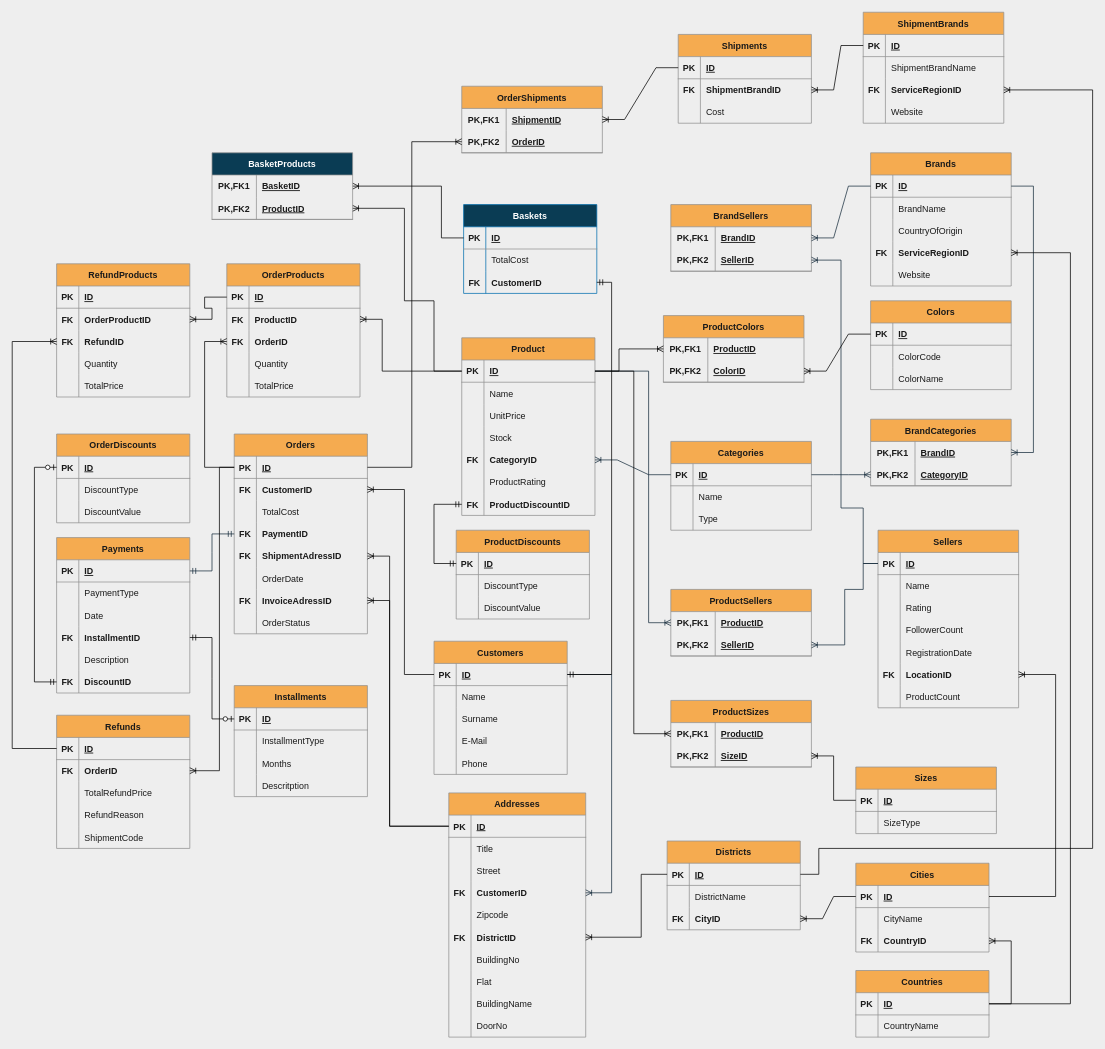
Above: page "Page-1" (1 of 2) of Pair4_ERdiagram.drawio in GGBebe/SQL (draw.io), before the change. Source tidied: cells renumbered, new cells numbered last; positions are measured from the earlier drawing's top-left corner, leaving out a move shared by most shapes. Both pictures are drawn from the tidied source at 74%, with x=0, y=0 at pixel (12, 12).
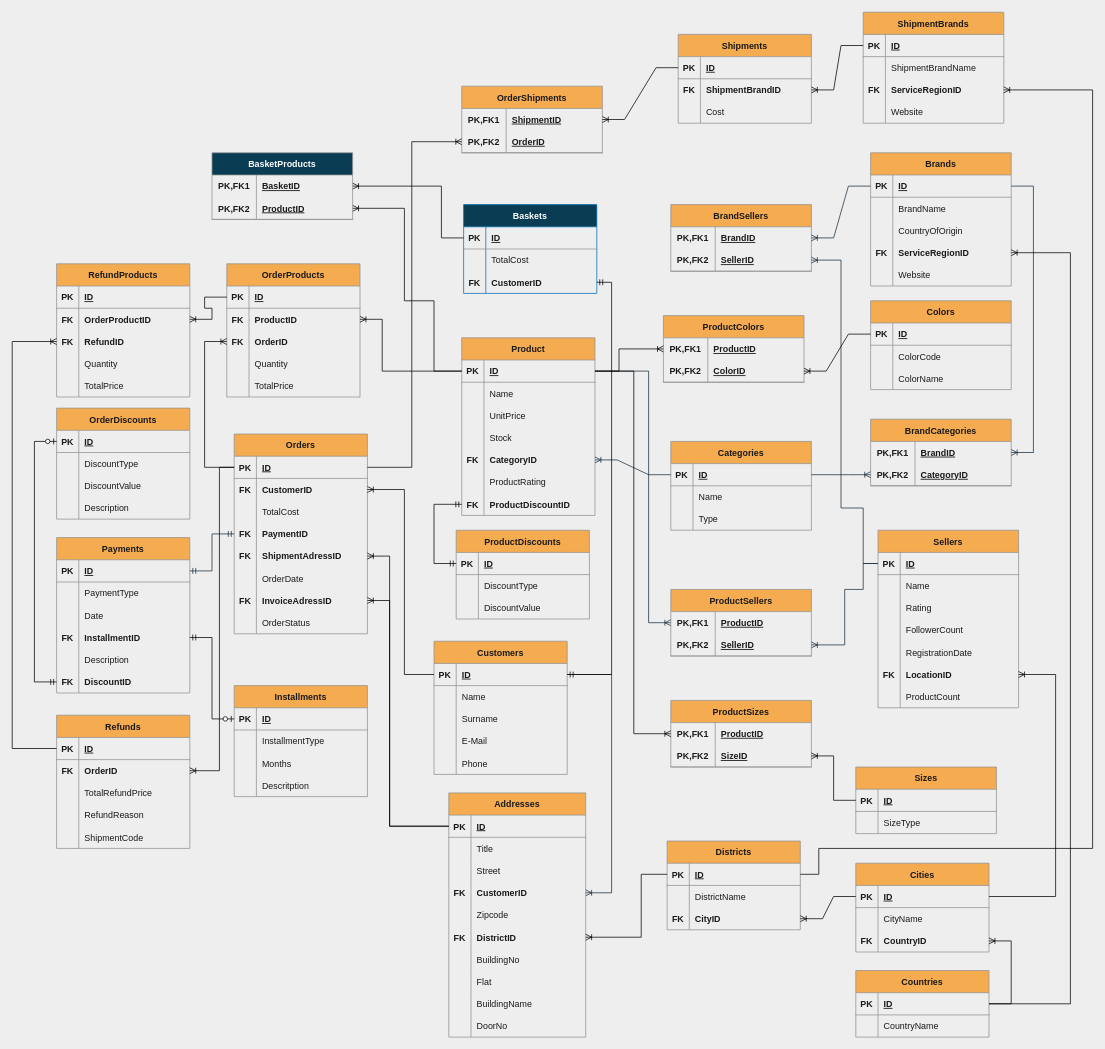
The same diagram, later.

The change refers to these unchanged cells:
```xml
<mxCell id="209" style="shape=tableRow;horizontal=0;startSize=0;swimlaneHead=0;swimlaneBody=0;fillColor=none;points=[[0,0.5],[1,0.5]];portConstraint=eastwest;top=0;left=0;right=0;bottom=0;strokeColor=#909090;fontColor=#1A1A1A;" parent="193" vertex="1">
  <mxGeometry y="180" width="180" height="30" as="geometry" />
</mxCell>
<mxCell id="214" style="shape=tableRow;horizontal=0;startSize=0;swimlaneHead=0;swimlaneBody=0;fillColor=none;points=[[0,0.5],[1,0.5]];portConstraint=eastwest;top=0;left=0;right=0;bottom=1;strokeColor=#909090;fontColor=#1A1A1A;" parent="213" vertex="1">
  <mxGeometry y="30" width="180" height="30" as="geometry" />
</mxCell>
```

Change to the diagram source:
```diff
@@
     <mxCell id="213" value="OrderDiscounts" style="shape=table;startSize=30;childLayout=tableLayout;rowLines=0;fontStyle=1;align=center;fillColor=#F5AB50;strokeColor=#909090;fontColor=#1A1A1A;" parent="1" vertex="1">
-      <mxGeometry x="60" y="570" width="180" height="120" as="geometry" />
+      <mxGeometry x="60" y="535" width="180" height="150" as="geometry" />
     </mxCell>
@@
+    <mxCell id="406" style="shape=tableRow;horizontal=0;startSize=0;swimlaneHead=0;swimlaneBody=0;fillColor=none;top=0;left=0;right=0;bottom=0;strokeColor=#909090;fontColor=#1A1A1A;" parent="213" vertex="1">
+      <mxGeometry y="120" width="180" height="30" as="geometry" />
+    </mxCell>
+    <mxCell id="407" style="shape=partialRectangle;fillColor=none;top=0;left=0;bottom=0;right=0;overflow=hidden;strokeColor=#909090;fontColor=#1A1A1A;" parent="406" vertex="1">
+      <mxGeometry width="30" height="30" as="geometry" />
+    </mxCell>
+    <mxCell id="408" value="Description" style="shape=partialRectangle;fillColor=none;top=0;left=0;bottom=0;right=0;align=left;spacingLeft=6;overflow=hidden;strokeColor=#909090;fontColor=#1A1A1A;" parent="406" vertex="1">
+      <mxGeometry x="30" width="150" height="30" as="geometry" />
+    </mxCell>
@@
     <mxCell id="405" style="edgeStyle=orthogonalEdgeStyle;fontSize=12;html=1;endArrow=ERzeroToOne;startArrow=ERmandOne;rounded=0;entryX=0;entryY=0.5;entryDx=0;entryDy=0;exitX=0;exitY=0.5;exitDx=0;exitDy=0;" parent="1" edge="1" source="209" target="214">
       <mxGeometry relative="1" as="geometry">
         <Array as="points">
           <mxPoint x="30" y="905" />
-          <mxPoint x="30" y="615" />
+          <mxPoint x="30" y="580" />
         </Array>
       </mxGeometry>
     </mxCell>
```
